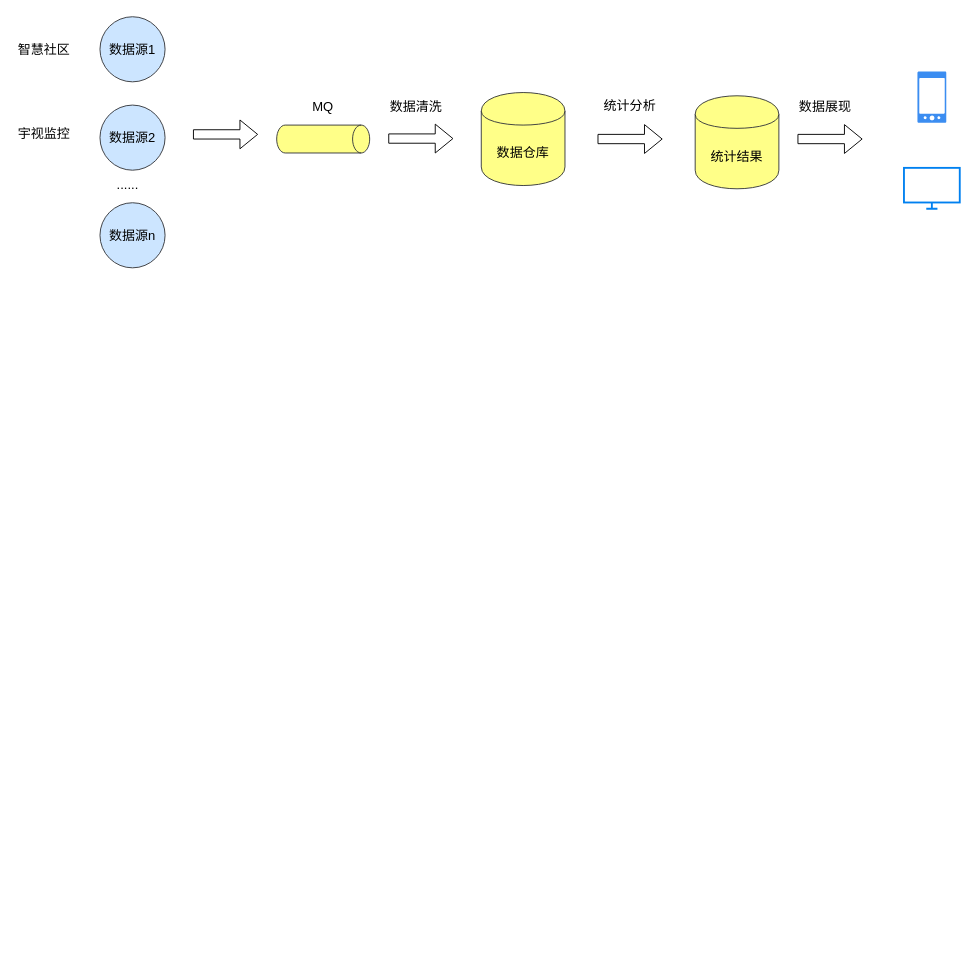
Earlier version of the draw.io diagram page "Page-2" (2 of 2) of gongan.drawio (jeffmacn/myjava). Source tidied: cells renumbered, new cells numbered last; positions are measured from the earlier drawing's top-left corner, leaving out a move shared by most shapes. Both pictures are drawn from the tidied source at 93%, with x=0, y=0 at pixel (16, 17). Pictures stored in the file or linked from it are replaced by grey dashed boxes.
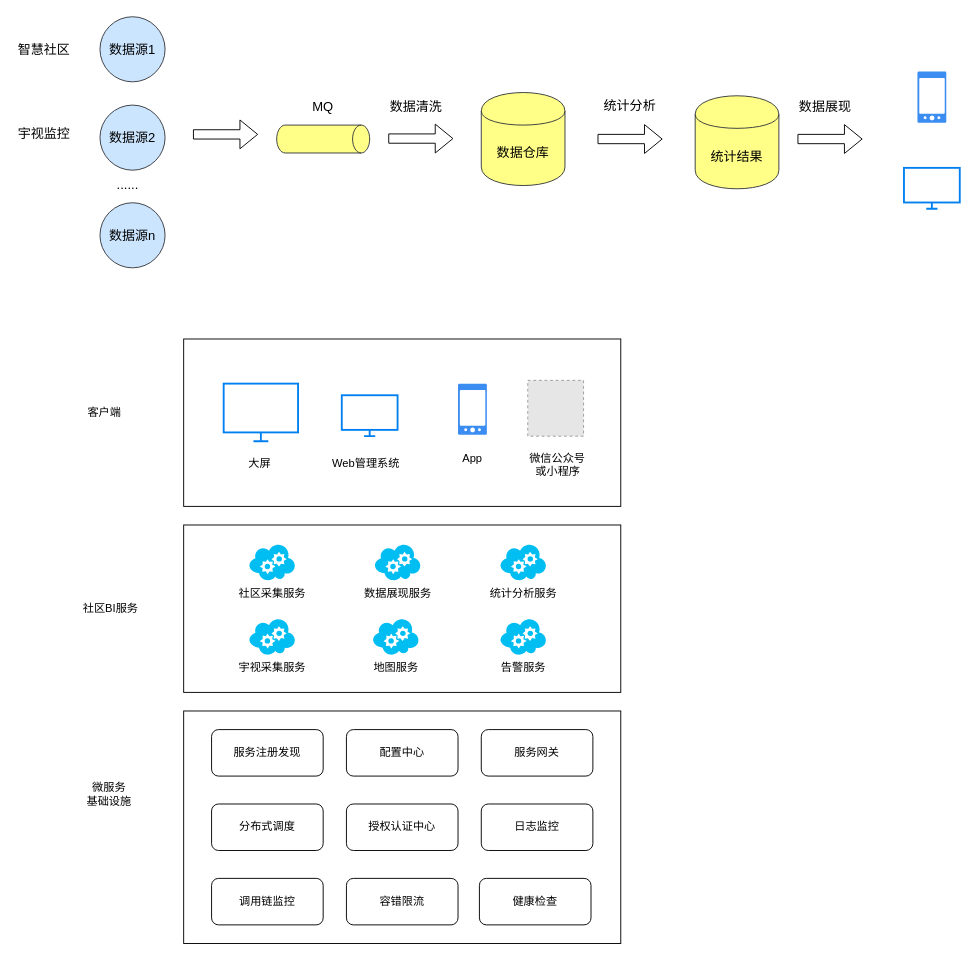
Above is the later version.

Diff of the diagram source:
```diff
@@
+    <mxCell id="21" style="rounded=0;whiteSpace=wrap;html=1;" parent="1" vertex="1">
+      <mxGeometry x="180" y="546" width="470" height="180" as="geometry" />
+    </mxCell>
@@
+    <mxCell id="22" value="统计分析服务" style="verticalLabelPosition=bottom;html=1;verticalAlign=top;align=center;strokeColor=none;fillColor=#00BEF2;shape=mxgraph.azure.cloud_service;" parent="1" vertex="1">
+      <mxGeometry x="520" y="566" width="50" height="40" as="geometry" />
+    </mxCell>
+    <mxCell id="23" value="宇视采集服务" style="verticalLabelPosition=bottom;html=1;verticalAlign=top;align=center;strokeColor=none;fillColor=#00BEF2;shape=mxgraph.azure.cloud_service;" parent="1" vertex="1">
+      <mxGeometry x="250" y="646" width="50" height="40" as="geometry" />
+    </mxCell>
+    <mxCell id="24" value="数据展现服务&lt;br&gt;" style="verticalLabelPosition=bottom;html=1;verticalAlign=top;align=center;strokeColor=none;fillColor=#00BEF2;shape=mxgraph.azure.cloud_service;" parent="1" vertex="1">
+      <mxGeometry x="385" y="566" width="50" height="40" as="geometry" />
+    </mxCell>
+    <mxCell id="25" value="告警服务" style="verticalLabelPosition=bottom;html=1;verticalAlign=top;align=center;strokeColor=none;fillColor=#00BEF2;shape=mxgraph.azure.cloud_service;" parent="1" vertex="1">
+      <mxGeometry x="520" y="646" width="50" height="40" as="geometry" />
+    </mxCell>
+    <mxCell id="26" value="社区采集服务" style="verticalLabelPosition=bottom;html=1;verticalAlign=top;align=center;strokeColor=none;fillColor=#00BEF2;shape=mxgraph.azure.cloud_service;" parent="1" vertex="1">
+      <mxGeometry x="250" y="566" width="50" height="40" as="geometry" />
+    </mxCell>
+    <mxCell id="27" style="rounded=0;whiteSpace=wrap;html=1;" parent="1" vertex="1">
+      <mxGeometry x="180" y="746" width="470" height="250" as="geometry" />
+    </mxCell>
+    <mxCell id="28" value="微服务&lt;br&gt;基础设施" style="text;html=1;strokeColor=none;fillColor=none;align=center;verticalAlign=middle;whiteSpace=wrap;rounded=0;" parent="1" vertex="1">
+      <mxGeometry x="60" y="826" width="80" height="20" as="geometry" />
+    </mxCell>
+    <mxCell id="29" value="分布式调度" style="rounded=1;whiteSpace=wrap;html=1;" parent="1" vertex="1">
+      <mxGeometry x="210" y="846" width="120" height="50" as="geometry" />
+    </mxCell>
+    <mxCell id="30" value="服务注册发现" style="rounded=1;whiteSpace=wrap;html=1;" parent="1" vertex="1">
+      <mxGeometry x="210" y="766" width="120" height="50" as="geometry" />
+    </mxCell>
+    <mxCell id="31" value="配置中心" style="rounded=1;whiteSpace=wrap;html=1;" parent="1" vertex="1">
+      <mxGeometry x="355" y="766" width="120" height="50" as="geometry" />
+    </mxCell>
+    <mxCell id="32" value="服务网关" style="rounded=1;whiteSpace=wrap;html=1;" parent="1" vertex="1">
+      <mxGeometry x="500" y="766" width="120" height="50" as="geometry" />
+    </mxCell>
+    <mxCell id="33" value="授权认证中心" style="rounded=1;whiteSpace=wrap;html=1;" parent="1" vertex="1">
+      <mxGeometry x="355" y="846" width="120" height="50" as="geometry" />
+    </mxCell>
+    <mxCell id="34" value="日志监控" style="rounded=1;whiteSpace=wrap;html=1;" parent="1" vertex="1">
+      <mxGeometry x="500" y="846" width="120" height="50" as="geometry" />
+    </mxCell>
+    <mxCell id="35" value="社区BI服务" style="text;html=1;align=left;verticalAlign=top;spacingTop=-4;" parent="1" vertex="1">
+      <mxGeometry x="70" y="626" width="70" height="10" as="geometry" />
+    </mxCell>
+    <mxCell id="36" value="地图服务" style="verticalLabelPosition=bottom;html=1;verticalAlign=top;align=center;strokeColor=none;fillColor=#00BEF2;shape=mxgraph.azure.cloud_service;" parent="1" vertex="1">
+      <mxGeometry x="383" y="646" width="50" height="40" as="geometry" />
+    </mxCell>
+    <mxCell id="37" style="rounded=0;whiteSpace=wrap;html=1;" parent="1" vertex="1">
+      <mxGeometry x="180" y="346" width="470" height="180" as="geometry" />
+    </mxCell>
+    <mxCell id="38" value="客户端" style="text;html=1;align=left;verticalAlign=top;spacingTop=-4;" parent="1" vertex="1">
+      <mxGeometry x="75" y="415" width="50" height="10" as="geometry" />
+    </mxCell>
+    <mxCell id="39" value="&lt;span style=&quot;color: rgba(0 , 0 , 0 , 0) ; font-family: monospace ; font-size: 0px ; background-color: rgb(248 , 249 , 250)&quot;&gt;的&lt;/span&gt;" style="html=1;verticalLabelPosition=bottom;align=center;labelBackgroundColor=#ffffff;verticalAlign=top;strokeWidth=2;strokeColor=#0080F0;shadow=0;dashed=0;shape=mxgraph.ios7.icons.monitor;fontSize=14;" parent="1" vertex="1">
+      <mxGeometry x="223" y="394" width="80" height="62" as="geometry" />
+    </mxCell>
+    <mxCell id="40" style="html=1;strokeColor=none;shadow=0;align=center;verticalAlign=top;fillColor=#3B8DF1;shape=mxgraph.gcp2.phone_android;fontSize=14;" parent="1" vertex="1">
+      <mxGeometry x="475" y="394" width="31" height="55" as="geometry" />
+    </mxCell>
+    <mxCell id="41" value="&lt;span style=&quot;color: rgba(0 , 0 , 0 , 0) ; font-family: monospace ; font-size: 0px ; background-color: rgb(248 , 249 , 250)&quot;&gt;点对点&lt;/span&gt;" style="html=1;verticalLabelPosition=bottom;align=center;labelBackgroundColor=#ffffff;verticalAlign=top;strokeWidth=2;strokeColor=#0080F0;shadow=0;dashed=0;shape=mxgraph.ios7.icons.monitor;fontSize=14;" parent="1" vertex="1">
+      <mxGeometry x="350" y="406.5" width="60" height="44" as="geometry" />
+    </mxCell>
+    <mxCell id="42" value="大屏" style="text;html=1;align=left;verticalAlign=top;spacingTop=-4;" parent="1" vertex="1">
+      <mxGeometry x="248" y="470" width="40" height="10" as="geometry" />
+    </mxCell>
+    <mxCell id="43" value="Web管理系统" style="text;html=1;align=left;verticalAlign=top;spacingTop=-4;" parent="1" vertex="1">
+      <mxGeometry x="338" y="470" width="90" height="10" as="geometry" />
+    </mxCell>
+    <mxCell id="44" value="App" style="text;html=1;align=left;verticalAlign=top;spacingTop=-4;" parent="1" vertex="1">
+      <mxGeometry x="478" y="465" width="40" height="10" as="geometry" />
+    </mxCell>
+    <mxCell id="45" style="fillColor=#E6E6E6;strokeColor=#999999;dashed=1;html=1;verticalAlign=top;verticalLabelPosition=bottom;labelBackgroundColor=#ffffff;" parent="1" vertex="1">
+      <mxGeometry x="550" y="390.5" width="60" height="60" as="geometry" />
+    </mxCell>
+    <mxCell id="46" value="微信公众号&lt;br&gt;&amp;nbsp; 或小程序" style="text;html=1;align=left;verticalAlign=top;spacingTop=-4;" parent="1" vertex="1">
+      <mxGeometry x="550" y="465" width="80" height="30" as="geometry" />
+    </mxCell>
+    <mxCell id="47" value="调用链监控" style="rounded=1;whiteSpace=wrap;html=1;" parent="1" vertex="1">
+      <mxGeometry x="210" y="926" width="120" height="50" as="geometry" />
+    </mxCell>
+    <mxCell id="48" value="容错限流" style="rounded=1;whiteSpace=wrap;html=1;" parent="1" vertex="1">
+      <mxGeometry x="355" y="926" width="120" height="50" as="geometry" />
+    </mxCell>
+    <mxCell id="49" value="健康检查" style="rounded=1;whiteSpace=wrap;html=1;" parent="1" vertex="1">
+      <mxGeometry x="498" y="926" width="120" height="50" as="geometry" />
+    </mxCell>
```
